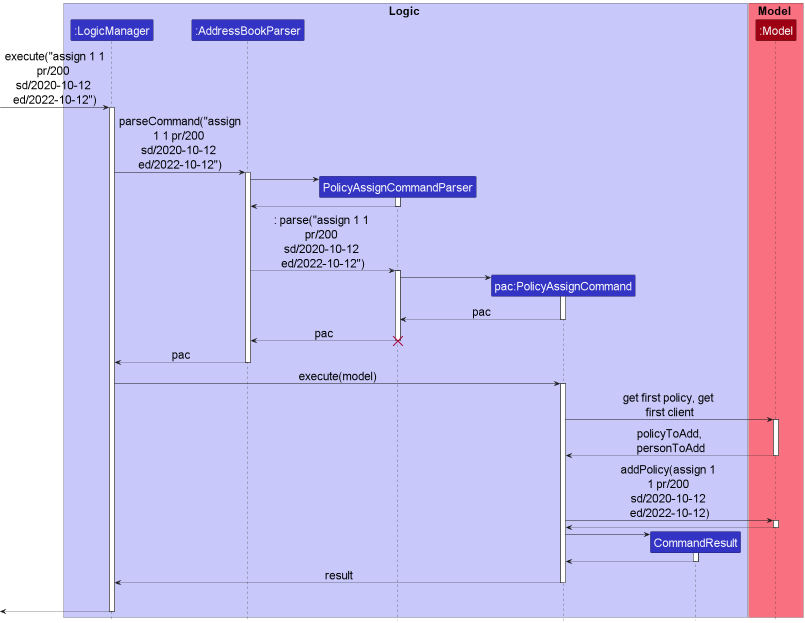
Earlier version of the PlantUML export docs/images/AssignPolicySequenceDiagram.png (nus-cs2103-AY2223S1/tp).
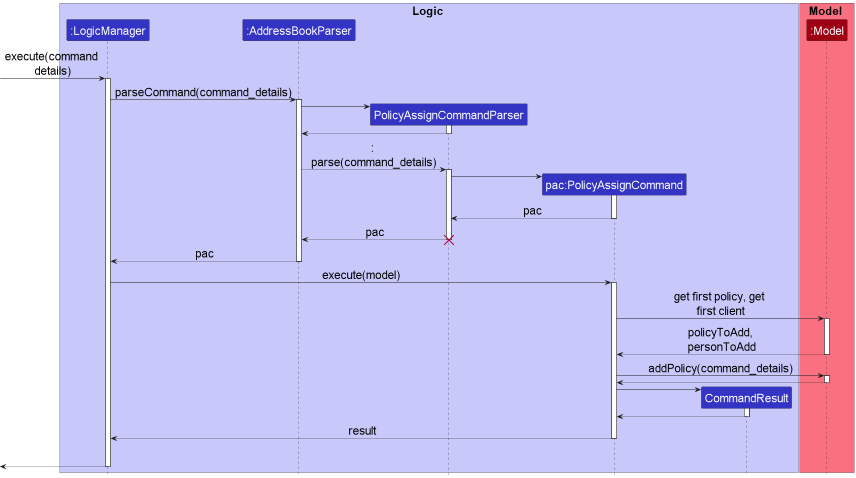
After the change.

The edit, as a diff of the source:
```diff
@@ -16,10 +16,10 @@
 participant ":Model" as Model MODEL_COLOR
 end box
 
-[-> LogicManager: execute("assign 1 1 pr/200 sd/2020-10-12 ed/2022-10-12")
+[-> LogicManager: execute(command details)
 activate LogicManager
 
-LogicManager -> AddressBookParser: parseCommand("assign 1 1 pr/200 sd/2020-10-12 ed/2022-10-12")
+LogicManager -> AddressBookParser: parseCommand(command_details)
 activate AddressBookParser
 
 create PolicyAssignCommandParser
@@ -29,7 +29,7 @@
 PolicyAssignCommandParser --> AddressBookParser
 deactivate PolicyAssignCommandParser
 
-AddressBookParser --> PolicyAssignCommandParser:: parse("assign 1 1 pr/200 sd/2020-10-12 ed/2022-10-12")
+AddressBookParser --> PolicyAssignCommandParser:: parse(command_details)
 activate PolicyAssignCommandParser
 
 create PolicyAssignCommand
@@ -55,7 +55,7 @@
 Model --> PolicyAssignCommand: policyToAdd, personToAdd
 deactivate Model
 
-PolicyAssignCommand -> Model:addPolicy(assign 1 1 pr/200 sd/2020-10-12 ed/2022-10-12)
+PolicyAssignCommand -> Model:addPolicy(command_details)
 activate Model
 
 Model --> PolicyAssignCommand
```
